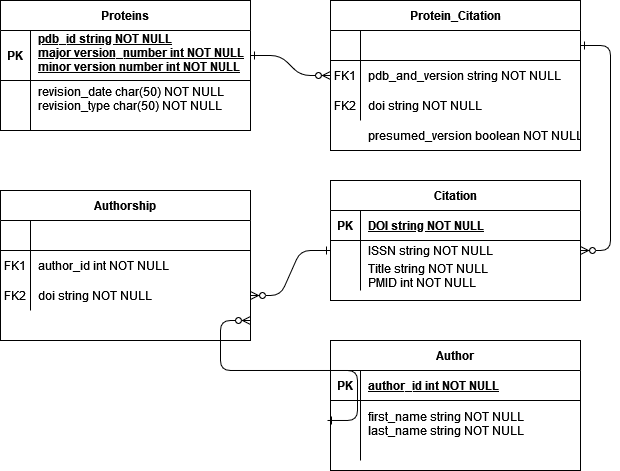
Above: ProjectReport/diagram.drawio.png in megretson/BiologicalDatabases (draw.io), before the change. Source tidied: cells renumbered, new cells last; positions are measured from the earlier drawing's top-left corner, leaving out a move shared by most shapes. The source it was exported from:
```xml
<mxGraphModel>
  <root>
    <mxCell id="0" />
    <mxCell id="1" parent="0" />
    <mxCell id="2" style="edgeStyle=entityRelationEdgeStyle;endArrow=ERzeroToMany;startArrow=ERone;endFill=1;startFill=0;" parent="1" edge="1" source="15" target="8">
      <mxGeometry relative="1" as="geometry" />
    </mxCell>
    <mxCell id="3" style="edgeStyle=entityRelationEdgeStyle;endArrow=ERzeroToMany;startArrow=ERone;endFill=1;startFill=0;" parent="1" edge="1" source="5" target="26">
      <mxGeometry relative="1" as="geometry" />
    </mxCell>
    <mxCell id="4" value="Protein_Citation" style="shape=table;startSize=30;rowLines=0;fontStyle=1;align=center;" parent="1" vertex="1">
      <mxGeometry x="330" width="250" height="150" as="geometry" />
    </mxCell>
    <mxCell id="5" style="shape=partialRectangle;fillColor=none;points=[[0,0.5],[1,0.5]];portConstraint=eastwest;top=0;left=0;right=0;bottom=1;" parent="4" vertex="1">
      <mxGeometry y="30" width="250" height="30" as="geometry" />
    </mxCell>
    <mxCell id="6" style="shape=partialRectangle;overflow=hidden;fillColor=none;top=0;left=0;bottom=0;right=0;fontStyle=1;" parent="5" vertex="1">
      <mxGeometry width="30" height="30" as="geometry" />
    </mxCell>
    <mxCell id="7" style="shape=partialRectangle;overflow=hidden;fillColor=none;top=0;left=0;bottom=0;right=0;align=left;spacingLeft=6;fontStyle=5;" parent="5" vertex="1">
      <mxGeometry x="30" width="220" height="30" as="geometry" />
    </mxCell>
    <mxCell id="8" style="shape=partialRectangle;fillColor=none;points=[[0,0.5],[1,0.5]];portConstraint=eastwest;top=0;left=0;right=0;bottom=0;" parent="4" vertex="1">
      <mxGeometry y="60" width="250" height="30" as="geometry" />
    </mxCell>
    <mxCell id="9" value="FK1" style="shape=partialRectangle;overflow=hidden;fillColor=none;top=0;left=0;bottom=0;right=0;" parent="8" vertex="1">
      <mxGeometry width="30" height="30" as="geometry" />
    </mxCell>
    <mxCell id="10" value="pdb_and_version string NOT NULL" style="shape=partialRectangle;overflow=hidden;fillColor=none;top=0;left=0;bottom=0;right=0;align=left;spacingLeft=6;" parent="8" vertex="1">
      <mxGeometry x="30" width="220" height="30" as="geometry" />
    </mxCell>
    <mxCell id="11" style="shape=partialRectangle;fillColor=none;top=0;left=0;right=0;bottom=0;" parent="4" vertex="1">
      <mxGeometry y="90" width="250" height="30" as="geometry" />
    </mxCell>
    <mxCell id="12" value="FK2" style="shape=partialRectangle;overflow=hidden;fillColor=none;top=0;left=0;bottom=0;right=0;" parent="11" vertex="1">
      <mxGeometry width="30" height="30" as="geometry" />
    </mxCell>
    <mxCell id="13" value="doi string NOT NULL" style="shape=partialRectangle;overflow=hidden;fillColor=none;top=0;left=0;bottom=0;right=0;align=left;spacingLeft=6;" parent="11" vertex="1">
      <mxGeometry x="30" width="220" height="30" as="geometry" />
    </mxCell>
    <mxCell id="14" value="Proteins" style="shape=table;startSize=30;rowLines=0;fontStyle=1;align=center;" parent="1" vertex="1">
      <mxGeometry width="250" height="130" as="geometry" />
    </mxCell>
    <mxCell id="15" style="shape=partialRectangle;fillColor=none;points=[[0,0.5],[1,0.5]];portConstraint=eastwest;top=0;left=0;right=0;bottom=1;" parent="14" vertex="1">
      <mxGeometry y="30" width="250" height="50" as="geometry" />
    </mxCell>
    <mxCell id="16" value="PK" style="shape=partialRectangle;overflow=hidden;fillColor=none;top=0;left=0;bottom=0;right=0;fontStyle=1;" parent="15" vertex="1">
      <mxGeometry width="30" height="50" as="geometry" />
    </mxCell>
    <mxCell id="17" value="pdb_id string NOT NULL&#10;major version_number int NOT NULL&#10;minor version number int NOT NULL&#10; " style="shape=partialRectangle;overflow=hidden;fillColor=none;top=0;left=0;bottom=0;right=0;align=left;spacingLeft=6;fontStyle=5;" parent="15" vertex="1">
      <mxGeometry x="30" width="220" height="50" as="geometry" />
    </mxCell>
    <mxCell id="18" style="shape=partialRectangle;fillColor=none;top=0;left=0;right=0;bottom=0;" parent="14" vertex="1">
      <mxGeometry y="80" width="250" height="50" as="geometry" />
    </mxCell>
    <mxCell id="19" style="shape=partialRectangle;overflow=hidden;fillColor=none;top=0;left=0;bottom=0;right=0;" parent="18" vertex="1">
      <mxGeometry width="30" height="50" as="geometry" />
    </mxCell>
    <mxCell id="20" value="revision_date char(50) NOT NULL&#10;revision_type char(50) NOT NULL&#10;" style="shape=partialRectangle;overflow=hidden;fillColor=none;top=0;left=0;bottom=0;right=0;align=left;spacingLeft=6;" parent="18" vertex="1">
      <mxGeometry x="30" width="220" height="50" as="geometry" />
    </mxCell>
    <mxCell id="21" value="presumed_version boolean NOT NULL" style="shape=partialRectangle;overflow=hidden;fillColor=none;top=0;left=0;bottom=0;right=0;align=left;spacingLeft=6;" parent="1" vertex="1">
      <mxGeometry x="360" y="120" width="220" height="30" as="geometry" />
    </mxCell>
    <mxCell id="22" value="Citation" style="shape=table;startSize=30;rowLines=0;fontStyle=1;align=center;" parent="1" vertex="1">
      <mxGeometry x="330" y="180" width="250" height="120" as="geometry" />
    </mxCell>
    <mxCell id="23" style="shape=partialRectangle;fillColor=none;top=0;left=0;right=0;bottom=1;" parent="22" vertex="1">
      <mxGeometry y="30" width="250" height="30" as="geometry" />
    </mxCell>
    <mxCell id="24" value="PK" style="shape=partialRectangle;overflow=hidden;fillColor=none;top=0;left=0;bottom=0;right=0;fontStyle=1;" parent="23" vertex="1">
      <mxGeometry width="30" height="30" as="geometry" />
    </mxCell>
    <mxCell id="25" value="DOI string NOT NULL" style="shape=partialRectangle;overflow=hidden;fillColor=none;top=0;left=0;bottom=0;right=0;align=left;spacingLeft=6;fontStyle=5;" parent="23" vertex="1">
      <mxGeometry x="30" width="220" height="30" as="geometry" />
    </mxCell>
    <mxCell id="26" style="shape=partialRectangle;fillColor=none;points=[[0,0.5],[1,0.5]];portConstraint=eastwest;top=0;left=0;right=0;bottom=0;" parent="22" vertex="1">
      <mxGeometry y="60" width="250" height="20" as="geometry" />
    </mxCell>
    <mxCell id="27" style="shape=partialRectangle;overflow=hidden;fillColor=none;top=0;left=0;bottom=0;right=0;" parent="26" vertex="1">
      <mxGeometry width="30" height="20" as="geometry" />
    </mxCell>
    <mxCell id="28" value="ISSN string NOT NULL" style="shape=partialRectangle;overflow=hidden;fillColor=none;top=0;left=0;bottom=0;right=0;align=left;spacingLeft=6;" parent="26" vertex="1">
      <mxGeometry x="30" width="220" height="20" as="geometry" />
    </mxCell>
    <mxCell id="29" style="shape=partialRectangle;fillColor=none;top=0;left=0;right=0;bottom=0;" parent="22" vertex="1">
      <mxGeometry y="80" width="250" height="30" as="geometry" />
    </mxCell>
    <mxCell id="30" style="shape=partialRectangle;overflow=hidden;fillColor=none;top=0;left=0;bottom=0;right=0;" parent="29" vertex="1">
      <mxGeometry width="30" height="30" as="geometry" />
    </mxCell>
    <mxCell id="31" value="Title string NOT NULL&#10;PMID int NOT NULL&#10;" style="shape=partialRectangle;overflow=hidden;fillColor=none;top=0;left=0;bottom=0;right=0;align=left;spacingLeft=6;" parent="29" vertex="1">
      <mxGeometry x="30" width="220" height="30" as="geometry" />
    </mxCell>
    <mxCell id="32" value="Authorship" style="shape=table;startSize=30;rowLines=0;fontStyle=1;align=center;" parent="1" vertex="1">
      <mxGeometry y="190" width="250" height="150" as="geometry" />
    </mxCell>
    <mxCell id="33" style="shape=partialRectangle;fillColor=none;top=0;left=0;right=0;bottom=1;" parent="32" vertex="1">
      <mxGeometry y="30" width="250" height="30" as="geometry" />
    </mxCell>
    <mxCell id="34" style="shape=partialRectangle;overflow=hidden;fillColor=none;top=0;left=0;bottom=0;right=0;fontStyle=1;" parent="33" vertex="1">
      <mxGeometry width="30" height="30" as="geometry" />
    </mxCell>
    <mxCell id="35" style="shape=partialRectangle;overflow=hidden;fillColor=none;top=0;left=0;bottom=0;right=0;align=left;spacingLeft=6;fontStyle=5;" parent="33" vertex="1">
      <mxGeometry x="30" width="220" height="30" as="geometry" />
    </mxCell>
    <mxCell id="36" style="shape=partialRectangle;fillColor=none;top=0;left=0;right=0;bottom=0;" parent="32" vertex="1">
      <mxGeometry y="60" width="250" height="30" as="geometry" />
    </mxCell>
    <mxCell id="37" value="FK1" style="shape=partialRectangle;overflow=hidden;fillColor=none;top=0;left=0;bottom=0;right=0;" parent="36" vertex="1">
      <mxGeometry width="30" height="30" as="geometry" />
    </mxCell>
    <mxCell id="38" value="author_id int NOT NULL" style="shape=partialRectangle;overflow=hidden;fillColor=none;top=0;left=0;bottom=0;right=0;align=left;spacingLeft=6;" parent="36" vertex="1">
      <mxGeometry x="30" width="220" height="30" as="geometry" />
    </mxCell>
    <mxCell id="39" style="shape=partialRectangle;fillColor=none;points=[[0,0.5],[1,0.5]];portConstraint=eastwest;top=0;left=0;right=0;bottom=0;" parent="32" vertex="1">
      <mxGeometry y="90" width="250" height="30" as="geometry" />
    </mxCell>
    <mxCell id="40" value="FK2" style="shape=partialRectangle;overflow=hidden;fillColor=none;top=0;left=0;bottom=0;right=0;" parent="39" vertex="1">
      <mxGeometry width="30" height="30" as="geometry" />
    </mxCell>
    <mxCell id="41" value="doi string NOT NULL" style="shape=partialRectangle;overflow=hidden;fillColor=none;top=0;left=0;bottom=0;right=0;align=left;spacingLeft=6;" parent="39" vertex="1">
      <mxGeometry x="30" width="220" height="30" as="geometry" />
    </mxCell>
    <mxCell id="42" value="Author" style="shape=table;startSize=30;rowLines=0;fontStyle=1;align=center;" parent="1" vertex="1">
      <mxGeometry x="330" y="340" width="250" height="130" as="geometry" />
    </mxCell>
    <mxCell id="43" style="shape=partialRectangle;fillColor=none;top=0;left=0;right=0;bottom=1;" parent="42" vertex="1">
      <mxGeometry y="30" width="250" height="30" as="geometry" />
    </mxCell>
    <mxCell id="44" value="PK" style="shape=partialRectangle;overflow=hidden;fillColor=none;top=0;left=0;bottom=0;right=0;fontStyle=1;" parent="43" vertex="1">
      <mxGeometry width="30" height="30" as="geometry" />
    </mxCell>
    <mxCell id="45" value="author_id int NOT NULL" style="shape=partialRectangle;overflow=hidden;fillColor=none;top=0;left=0;bottom=0;right=0;align=left;spacingLeft=6;fontStyle=5;" parent="43" vertex="1">
      <mxGeometry x="30" width="220" height="30" as="geometry" />
    </mxCell>
    <mxCell id="46" style="shape=partialRectangle;fillColor=none;points=[[0,0.5],[1,0.5]];portConstraint=eastwest;top=0;left=0;right=0;bottom=0;" parent="42" vertex="1">
      <mxGeometry y="60" width="250" height="60" as="geometry" />
    </mxCell>
    <mxCell id="47" style="shape=partialRectangle;overflow=hidden;fillColor=none;top=0;left=0;bottom=0;right=0;" parent="46" vertex="1">
      <mxGeometry width="30" height="60" as="geometry" />
    </mxCell>
    <mxCell id="48" value="first_name string NOT NULL&#10;last_name string NOT NULL&#10;" style="shape=partialRectangle;overflow=hidden;fillColor=none;top=0;left=0;bottom=0;right=0;align=left;spacingLeft=6;" parent="46" vertex="1">
      <mxGeometry x="30" width="220" height="60" as="geometry" />
    </mxCell>
    <mxCell id="49" style="edgeStyle=entityRelationEdgeStyle;endArrow=ERzeroToMany;startArrow=ERone;endFill=1;startFill=0;exitX=0;exitY=0.5;exitDx=0;exitDy=0;entryX=1;entryY=0.5;entryDx=0;entryDy=0;" parent="1" edge="1" source="26" target="39">
      <mxGeometry relative="1" as="geometry" />
    </mxCell>
    <mxCell id="50" style="edgeStyle=entityRelationEdgeStyle;endArrow=ERzeroToMany;startArrow=ERone;endFill=1;startFill=0;exitX=-0.012;exitY=0.333;exitDx=0;exitDy=0;exitPerimeter=0;" parent="1" edge="1" source="46">
      <mxGeometry relative="1" as="geometry">
        <mxPoint x="250" y="320" as="targetPoint" />
        <Array as="points">
          <mxPoint x="270" y="340" />
          <mxPoint x="270" y="350" />
          <mxPoint x="300" y="340" />
        </Array>
      </mxGeometry>
    </mxCell>
  </root>
</mxGraphModel>
```
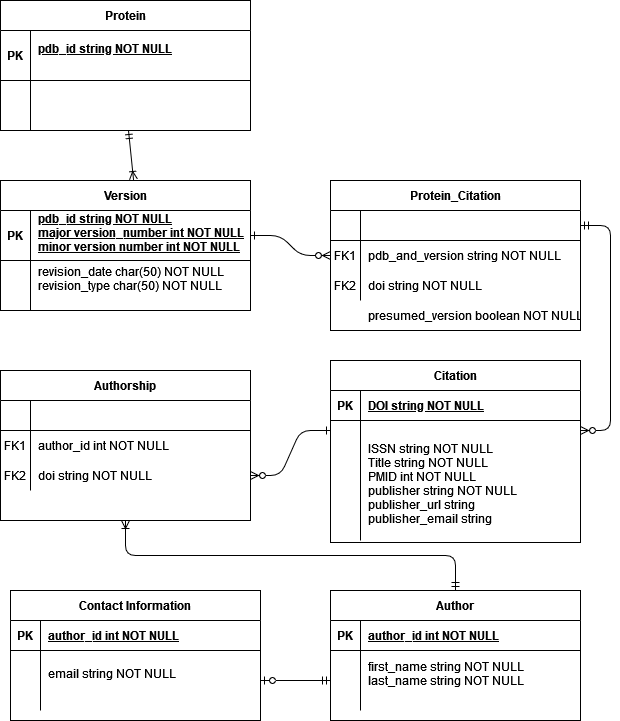
After the change.

Change to the diagram source:
```diff
@@ -5,7 +5,7 @@
     <mxCell id="2" style="edgeStyle=entityRelationEdgeStyle;endArrow=ERzeroToMany;startArrow=ERone;endFill=1;startFill=0;" parent="1" edge="1" source="15" target="8">
       <mxGeometry relative="1" as="geometry" />
     </mxCell>
-    <mxCell id="3" style="edgeStyle=entityRelationEdgeStyle;endArrow=ERzeroToMany;startArrow=ERone;endFill=1;startFill=0;" parent="1" edge="1" source="5" target="26">
+    <mxCell id="3" style="edgeStyle=entityRelationEdgeStyle;endArrow=ERzeroToMany;startArrow=ERmandOne;endFill=1;startFill=0;" parent="1" edge="1" source="5" target="26">
       <mxGeometry relative="1" as="geometry" />
     </mxCell>
     <mxCell id="4" value="Protein_Citation" style="shape=table;startSize=30;rowLines=0;fontStyle=1;align=center;" parent="1" vertex="1">
@@ -38,7 +38,7 @@
     <mxCell id="13" value="doi string NOT NULL" style="shape=partialRectangle;overflow=hidden;fillColor=none;top=0;left=0;bottom=0;right=0;align=left;spacingLeft=6;" parent="11" vertex="1">
       <mxGeometry x="30" width="220" height="30" as="geometry" />
     </mxCell>
-    <mxCell id="14" value="Proteins" style="shape=table;startSize=30;rowLines=0;fontStyle=1;align=center;" parent="1" vertex="1">
+    <mxCell id="14" value="Version" style="shape=table;startSize=30;rowLines=0;fontStyle=1;align=center;" parent="1" vertex="1">
       <mxGeometry width="250" height="130" as="geometry" />
     </mxCell>
     <mxCell id="15" style="shape=partialRectangle;fillColor=none;points=[[0,0.5],[1,0.5]];portConstraint=eastwest;top=0;left=0;right=0;bottom=1;" parent="14" vertex="1">
@@ -63,7 +63,7 @@
       <mxGeometry x="360" y="120" width="220" height="30" as="geometry" />
     </mxCell>
     <mxCell id="22" value="Citation" style="shape=table;startSize=30;rowLines=0;fontStyle=1;align=center;" parent="1" vertex="1">
-      <mxGeometry x="330" y="180" width="250" height="120" as="geometry" />
+      <mxGeometry x="330" y="180" width="250" height="182" as="geometry" />
     </mxCell>
     <mxCell id="23" style="shape=partialRectangle;fillColor=none;top=0;left=0;right=0;bottom=1;" parent="22" vertex="1">
       <mxGeometry y="30" width="250" height="30" as="geometry" />
@@ -80,17 +80,17 @@
     <mxCell id="27" style="shape=partialRectangle;overflow=hidden;fillColor=none;top=0;left=0;bottom=0;right=0;" parent="26" vertex="1">
       <mxGeometry width="30" height="20" as="geometry" />
     </mxCell>
-    <mxCell id="28" value="ISSN string NOT NULL" style="shape=partialRectangle;overflow=hidden;fillColor=none;top=0;left=0;bottom=0;right=0;align=left;spacingLeft=6;" parent="26" vertex="1">
+    <mxCell id="28" style="shape=partialRectangle;overflow=hidden;fillColor=none;top=0;left=0;bottom=0;right=0;align=left;spacingLeft=6;" parent="26" vertex="1">
       <mxGeometry x="30" width="220" height="20" as="geometry" />
     </mxCell>
     <mxCell id="29" style="shape=partialRectangle;fillColor=none;top=0;left=0;right=0;bottom=0;" parent="22" vertex="1">
-      <mxGeometry y="80" width="250" height="30" as="geometry" />
+      <mxGeometry y="80" width="250" height="100" as="geometry" />
     </mxCell>
     <mxCell id="30" style="shape=partialRectangle;overflow=hidden;fillColor=none;top=0;left=0;bottom=0;right=0;" parent="29" vertex="1">
-      <mxGeometry width="30" height="30" as="geometry" />
+      <mxGeometry width="30" height="100" as="geometry" />
     </mxCell>
-    <mxCell id="31" value="Title string NOT NULL&#10;PMID int NOT NULL&#10;" style="shape=partialRectangle;overflow=hidden;fillColor=none;top=0;left=0;bottom=0;right=0;align=left;spacingLeft=6;" parent="29" vertex="1">
-      <mxGeometry x="30" width="220" height="30" as="geometry" />
+    <mxCell id="31" value="ISSN string NOT NULL&#10;Title string NOT NULL&#10;PMID int NOT NULL&#10;publisher string NOT NULL&#10;publisher_url string &#10;publisher_email string&#10;&#10;&#10;&#10;" style="shape=partialRectangle;overflow=hidden;fillColor=none;top=0;left=0;bottom=0;right=0;align=left;spacingLeft=6;" parent="29" vertex="1">
+      <mxGeometry x="30" width="220" height="100" as="geometry" />
     </mxCell>
     <mxCell id="32" value="Authorship" style="shape=table;startSize=30;rowLines=0;fontStyle=1;align=center;" parent="1" vertex="1">
       <mxGeometry y="190" width="250" height="150" as="geometry" />
@@ -123,7 +123,7 @@
       <mxGeometry x="30" width="220" height="30" as="geometry" />
     </mxCell>
     <mxCell id="42" value="Author" style="shape=table;startSize=30;rowLines=0;fontStyle=1;align=center;" parent="1" vertex="1">
-      <mxGeometry x="330" y="340" width="250" height="130" as="geometry" />
+      <mxGeometry x="330" y="410" width="250" height="130" as="geometry" />
     </mxCell>
     <mxCell id="43" style="shape=partialRectangle;fillColor=none;top=0;left=0;right=0;bottom=1;" parent="42" vertex="1">
       <mxGeometry y="30" width="250" height="30" as="geometry" />
@@ -146,15 +146,56 @@
     <mxCell id="49" style="edgeStyle=entityRelationEdgeStyle;endArrow=ERzeroToMany;startArrow=ERone;endFill=1;startFill=0;exitX=0;exitY=0.5;exitDx=0;exitDy=0;entryX=1;entryY=0.5;entryDx=0;entryDy=0;" parent="1" edge="1" source="26" target="39">
       <mxGeometry relative="1" as="geometry" />
     </mxCell>
-    <mxCell id="50" style="edgeStyle=entityRelationEdgeStyle;endArrow=ERzeroToMany;startArrow=ERone;endFill=1;startFill=0;exitX=-0.012;exitY=0.333;exitDx=0;exitDy=0;exitPerimeter=0;" parent="1" edge="1" source="46">
-      <mxGeometry relative="1" as="geometry">
-        <mxPoint x="250" y="320" as="targetPoint" />
-        <Array as="points">
-          <mxPoint x="270" y="340" />
-          <mxPoint x="270" y="350" />
-          <mxPoint x="300" y="340" />
-        </Array>
-      </mxGeometry>
-    </mxCell>
+    <mxCell id="51" value="Protein" style="shape=table;startSize=30;rowLines=0;fontStyle=1;align=center;" parent="1" vertex="1">
+      <mxGeometry y="-180" width="250" height="130" as="geometry" />
+    </mxCell>
+    <mxCell id="52" style="shape=partialRectangle;fillColor=none;top=0;left=0;right=0;bottom=1;" parent="51" vertex="1">
+      <mxGeometry y="30" width="250" height="50" as="geometry" />
+    </mxCell>
+    <mxCell id="53" value="PK" style="shape=partialRectangle;overflow=hidden;fillColor=none;top=0;left=0;bottom=0;right=0;fontStyle=1;" parent="52" vertex="1">
+      <mxGeometry width="30" height="50" as="geometry" />
+    </mxCell>
+    <mxCell id="54" value="pdb_id string NOT NULL&#10; " style="shape=partialRectangle;overflow=hidden;fillColor=none;top=0;left=0;bottom=0;right=0;align=left;spacingLeft=6;fontStyle=5;" parent="52" vertex="1">
+      <mxGeometry x="30" width="220" height="50" as="geometry" />
+    </mxCell>
+    <mxCell id="55" style="shape=partialRectangle;fillColor=none;points=[[0,0.5],[1,0.5]];portConstraint=eastwest;top=0;left=0;right=0;bottom=0;" parent="51" vertex="1">
+      <mxGeometry y="80" width="250" height="50" as="geometry" />
+    </mxCell>
+    <mxCell id="56" style="shape=partialRectangle;overflow=hidden;fillColor=none;top=0;left=0;bottom=0;right=0;" parent="55" vertex="1">
+      <mxGeometry width="30" height="50" as="geometry" />
+    </mxCell>
+    <mxCell id="57" style="shape=partialRectangle;overflow=hidden;fillColor=none;top=0;left=0;bottom=0;right=0;align=left;spacingLeft=6;" parent="55" vertex="1">
+      <mxGeometry x="30" width="220" height="50" as="geometry" />
+    </mxCell>
+    <mxCell id="58" style="endArrow=ERmandOne;html=1;rounded=0;entryX=0.512;entryY=1;entryDx=0;entryDy=0;entryPerimeter=0;exitX=0.532;exitY=-0.008;exitDx=0;exitDy=0;curved=1;startArrow=ERoneToMany;startFill=0;endFill=0;exitPerimeter=0;" parent="1" edge="1" source="14" target="55">
+      <mxGeometry relative="1" as="geometry" />
+    </mxCell>
+    <mxCell id="59" value="Contact Information" style="shape=table;startSize=30;rowLines=0;fontStyle=1;align=center;" parent="1" vertex="1">
+      <mxGeometry x="10" y="410" width="250" height="130" as="geometry" />
+    </mxCell>
+    <mxCell id="60" style="shape=partialRectangle;fillColor=none;top=0;left=0;right=0;bottom=1;" parent="59" vertex="1">
+      <mxGeometry y="30" width="250" height="30" as="geometry" />
+    </mxCell>
+    <mxCell id="61" value="PK" style="shape=partialRectangle;overflow=hidden;fillColor=none;top=0;left=0;bottom=0;right=0;fontStyle=1;" parent="60" vertex="1">
+      <mxGeometry width="30" height="30" as="geometry" />
+    </mxCell>
+    <mxCell id="62" value="author_id int NOT NULL" style="shape=partialRectangle;overflow=hidden;fillColor=none;top=0;left=0;bottom=0;right=0;align=left;spacingLeft=6;fontStyle=5;" parent="60" vertex="1">
+      <mxGeometry x="30" width="220" height="30" as="geometry" />
+    </mxCell>
+    <mxCell id="63" style="shape=partialRectangle;fillColor=none;points=[[0,0.5],[1,0.5]];portConstraint=eastwest;top=0;left=0;right=0;bottom=0;" parent="59" vertex="1">
+      <mxGeometry y="60" width="250" height="60" as="geometry" />
+    </mxCell>
+    <mxCell id="64" style="shape=partialRectangle;overflow=hidden;fillColor=none;top=0;left=0;bottom=0;right=0;" parent="63" vertex="1">
+      <mxGeometry width="30" height="60" as="geometry" />
+    </mxCell>
+    <mxCell id="65" value="email string NOT NULL&#10;" style="shape=partialRectangle;overflow=hidden;fillColor=none;top=0;left=0;bottom=0;right=0;align=left;spacingLeft=6;" parent="63" vertex="1">
+      <mxGeometry x="30" width="220" height="60" as="geometry" />
+    </mxCell>
+    <mxCell id="66" style="endArrow=ERzeroToOne;html=1;rounded=0;exitX=0;exitY=0.5;exitDx=0;exitDy=0;startArrow=ERmandOne;startFill=0;endFill=0;" parent="1" edge="1" source="46" target="63">
+      <mxGeometry relative="1" as="geometry" />
+    </mxCell>
+    <mxCell id="67" style="endArrow=ERoneToMany;html=1;rounded=1;entryX=0.5;entryY=1;entryDx=0;entryDy=0;exitX=0.5;exitY=0;exitDx=0;exitDy=0;edgeStyle=orthogonalEdgeStyle;endFill=0;startArrow=ERmandOne;startFill=0;" parent="1" edge="1" source="42" target="32">
+      <mxGeometry relative="1" as="geometry" />
+    </mxCell>
   </root>
 </mxGraphModel>
```
